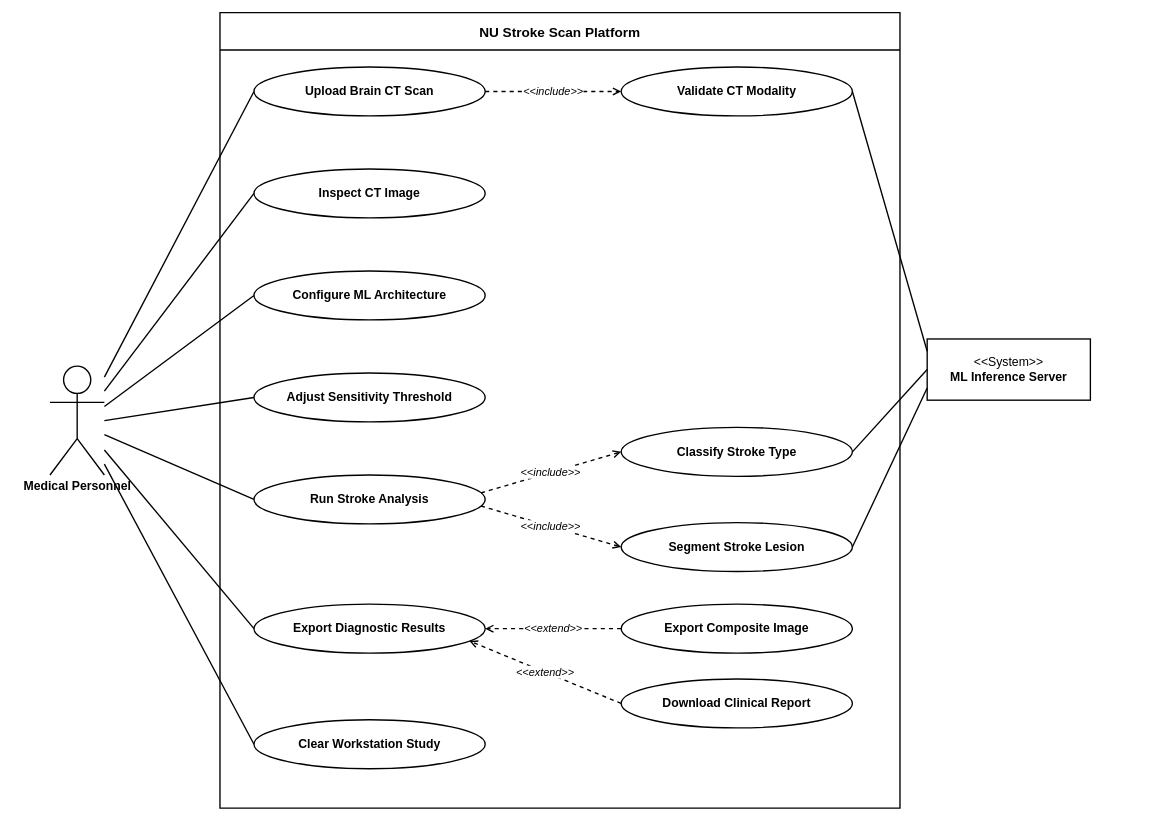
This is usecase-diagram.drawio from Cell1991/nu-stroke-scan, a draw.io file, before an edit. Source tidied: cells renumbered, new cells numbered last; positions are measured from the earlier drawing's top-left corner, leaving out a move shared by most shapes. Both pictures are drawn from the tidied source at 68%, with x=0, y=0 at pixel (50, 12).
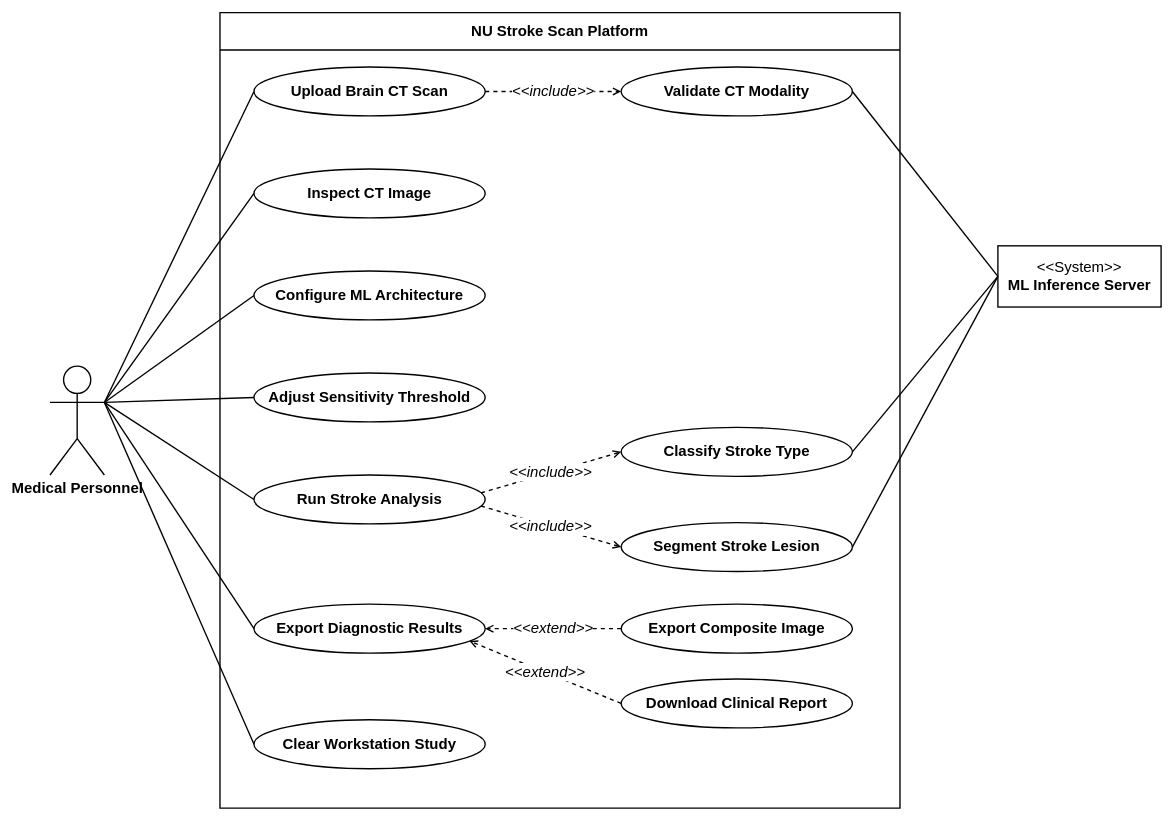
The same page after the edit.

What changed in the source:
```diff
@@
-    <mxCell id="2" value="NU Stroke Scan Platform" style="swimlane;whiteSpace=wrap;html=1;startSize=55;fillColor=#FFFFFF;strokeColor=#000000;strokeWidth=2;fontColor=#000000;fontFamily=Arial;fontStyle=1;fontSize=20;rounded=0;" parent="1" vertex="1">
+    <mxCell id="2" value="NU Stroke Scan Platform" style="swimlane;whiteSpace=wrap;html=1;startSize=55;fillColor=#FFFFFF;strokeColor=#000000;strokeWidth=2;fontColor=#000000;fontFamily=Arial;fontStyle=1;fontSize=22;rounded=0;" parent="1" vertex="1">
       <mxGeometry x="250" width="1000" height="1170" as="geometry" />
     </mxCell>
-    <mxCell id="3" value="Upload Brain CT Scan" style="ellipse;whiteSpace=wrap;html=1;fillColor=#FFFFFF;strokeColor=#000000;strokeWidth=2;fontColor=#000000;fontFamily=Arial;fontStyle=1;fontSize=18;" parent="1" vertex="1">
+    <mxCell id="3" value="Upload Brain CT Scan" style="ellipse;whiteSpace=wrap;html=1;fillColor=#FFFFFF;strokeColor=#000000;strokeWidth=2;fontColor=#000000;fontFamily=Arial;fontStyle=1;fontSize=22;" parent="1" vertex="1">
       <mxGeometry x="300" y="80" width="340" height="72" as="geometry" />
     </mxCell>
-    <mxCell id="4" value="Inspect CT Image" style="ellipse;whiteSpace=wrap;html=1;fillColor=#FFFFFF;strokeColor=#000000;strokeWidth=2;fontColor=#000000;fontFamily=Arial;fontStyle=1;fontSize=18;" parent="1" vertex="1">
+    <mxCell id="4" value="Inspect CT Image" style="ellipse;whiteSpace=wrap;html=1;fillColor=#FFFFFF;strokeColor=#000000;strokeWidth=2;fontColor=#000000;fontFamily=Arial;fontStyle=1;fontSize=22;" parent="1" vertex="1">
       <mxGeometry x="300" y="230" width="340" height="72" as="geometry" />
     </mxCell>
-    <mxCell id="5" value="Configure ML Architecture" style="ellipse;whiteSpace=wrap;html=1;fillColor=#FFFFFF;strokeColor=#000000;strokeWidth=2;fontColor=#000000;fontFamily=Arial;fontStyle=1;fontSize=18;" parent="1" vertex="1">
+    <mxCell id="5" value="Configure ML Architecture" style="ellipse;whiteSpace=wrap;html=1;fillColor=#FFFFFF;strokeColor=#000000;strokeWidth=2;fontColor=#000000;fontFamily=Arial;fontStyle=1;fontSize=22;" parent="1" vertex="1">
       <mxGeometry x="300" y="380" width="340" height="72" as="geometry" />
     </mxCell>
-    <mxCell id="6" value="Adjust Sensitivity Threshold" style="ellipse;whiteSpace=wrap;html=1;fillColor=#FFFFFF;strokeColor=#000000;strokeWidth=2;fontColor=#000000;fontFamily=Arial;fontStyle=1;fontSize=18;" parent="1" vertex="1">
+    <mxCell id="6" value="Adjust Sensitivity Threshold" style="ellipse;whiteSpace=wrap;html=1;fillColor=#FFFFFF;strokeColor=#000000;strokeWidth=2;fontColor=#000000;fontFamily=Arial;fontStyle=1;fontSize=22;" parent="1" vertex="1">
       <mxGeometry x="300" y="530" width="340" height="72" as="geometry" />
     </mxCell>
-    <mxCell id="7" value="Run Stroke Analysis" style="ellipse;whiteSpace=wrap;html=1;fillColor=#FFFFFF;strokeColor=#000000;strokeWidth=2;fontColor=#000000;fontFamily=Arial;fontStyle=1;fontSize=18;" parent="1" vertex="1">
+    <mxCell id="7" value="Run Stroke Analysis" style="ellipse;whiteSpace=wrap;html=1;fillColor=#FFFFFF;strokeColor=#000000;strokeWidth=2;fontColor=#000000;fontFamily=Arial;fontStyle=1;fontSize=22;" parent="1" vertex="1">
       <mxGeometry x="300" y="680" width="340" height="72" as="geometry" />
     </mxCell>
-    <mxCell id="8" value="Export Diagnostic Results" style="ellipse;whiteSpace=wrap;html=1;fillColor=#FFFFFF;strokeColor=#000000;strokeWidth=2;fontColor=#000000;fontFamily=Arial;fontStyle=1;fontSize=18;" parent="1" vertex="1">
+    <mxCell id="8" value="Export Diagnostic Results" style="ellipse;whiteSpace=wrap;html=1;fillColor=#FFFFFF;strokeColor=#000000;strokeWidth=2;fontColor=#000000;fontFamily=Arial;fontStyle=1;fontSize=22;" parent="1" vertex="1">
       <mxGeometry x="300" y="870" width="340" height="72" as="geometry" />
     </mxCell>
-    <mxCell id="9" value="Clear Workstation Study" style="ellipse;whiteSpace=wrap;html=1;fillColor=#FFFFFF;strokeColor=#000000;strokeWidth=2;fontColor=#000000;fontFamily=Arial;fontStyle=1;fontSize=18;" parent="1" vertex="1">
+    <mxCell id="9" value="Clear Workstation Study" style="ellipse;whiteSpace=wrap;html=1;fillColor=#FFFFFF;strokeColor=#000000;strokeWidth=2;fontColor=#000000;fontFamily=Arial;fontStyle=1;fontSize=22;" parent="1" vertex="1">
       <mxGeometry x="300" y="1040" width="340" height="72" as="geometry" />
     </mxCell>
-    <mxCell id="10" value="Validate CT Modality" style="ellipse;whiteSpace=wrap;html=1;fillColor=#FFFFFF;strokeColor=#000000;strokeWidth=2;fontColor=#000000;fontFamily=Arial;fontStyle=1;fontSize=18;" parent="1" vertex="1">
+    <mxCell id="10" value="Validate CT Modality" style="ellipse;whiteSpace=wrap;html=1;fillColor=#FFFFFF;strokeColor=#000000;strokeWidth=2;fontColor=#000000;fontFamily=Arial;fontStyle=1;fontSize=22;" parent="1" vertex="1">
       <mxGeometry x="840" y="80" width="340" height="72" as="geometry" />
     </mxCell>
-    <mxCell id="11" value="Classify Stroke Type" style="ellipse;whiteSpace=wrap;html=1;fillColor=#FFFFFF;strokeColor=#000000;strokeWidth=2;fontColor=#000000;fontFamily=Arial;fontStyle=1;fontSize=18;" parent="1" vertex="1">
+    <mxCell id="11" value="Classify Stroke Type" style="ellipse;whiteSpace=wrap;html=1;fillColor=#FFFFFF;strokeColor=#000000;strokeWidth=2;fontColor=#000000;fontFamily=Arial;fontStyle=1;fontSize=22;" parent="1" vertex="1">
       <mxGeometry x="840" y="610" width="340" height="72" as="geometry" />
     </mxCell>
-    <mxCell id="12" value="Segment Stroke Lesion" style="ellipse;whiteSpace=wrap;html=1;fillColor=#FFFFFF;strokeColor=#000000;strokeWidth=2;fontColor=#000000;fontFamily=Arial;fontStyle=1;fontSize=18;" parent="1" vertex="1">
+    <mxCell id="12" value="Segment Stroke Lesion" style="ellipse;whiteSpace=wrap;html=1;fillColor=#FFFFFF;strokeColor=#000000;strokeWidth=2;fontColor=#000000;fontFamily=Arial;fontStyle=1;fontSize=22;" parent="1" vertex="1">
       <mxGeometry x="840" y="750" width="340" height="72" as="geometry" />
     </mxCell>
-    <mxCell id="13" value="Export Composite Image" style="ellipse;whiteSpace=wrap;html=1;fillColor=#FFFFFF;strokeColor=#000000;strokeWidth=2;fontColor=#000000;fontFamily=Arial;fontStyle=1;fontSize=18;" parent="1" vertex="1">
+    <mxCell id="13" value="Export Composite Image" style="ellipse;whiteSpace=wrap;html=1;fillColor=#FFFFFF;strokeColor=#000000;strokeWidth=2;fontColor=#000000;fontFamily=Arial;fontStyle=1;fontSize=22;" parent="1" vertex="1">
       <mxGeometry x="840" y="870" width="340" height="72" as="geometry" />
     </mxCell>
-    <mxCell id="14" value="Download Clinical Report" style="ellipse;whiteSpace=wrap;html=1;fillColor=#FFFFFF;strokeColor=#000000;strokeWidth=2;fontColor=#000000;fontFamily=Arial;fontStyle=1;fontSize=18;" parent="1" vertex="1">
+    <mxCell id="14" value="Download Clinical Report" style="ellipse;whiteSpace=wrap;html=1;fillColor=#FFFFFF;strokeColor=#000000;strokeWidth=2;fontColor=#000000;fontFamily=Arial;fontStyle=1;fontSize=22;" parent="1" vertex="1">
       <mxGeometry x="840" y="980" width="340" height="72" as="geometry" />
     </mxCell>
-    <mxCell id="15" value="Medical Personnel" style="shape=umlActor;verticalLabelPosition=bottom;verticalAlign=top;html=1;outlineConnect=0;fillColor=#FFFFFF;strokeColor=#000000;strokeWidth=2;fontColor=#000000;fontFamily=Arial;fontStyle=1;fontSize=18;" parent="1" vertex="1">
+    <mxCell id="15" value="Medical Personnel" style="shape=umlActor;verticalLabelPosition=bottom;verticalAlign=top;html=1;outlineConnect=0;fillColor=#FFFFFF;strokeColor=#000000;strokeWidth=2;fontColor=#000000;fontFamily=Arial;fontStyle=1;fontSize=22;" parent="1" vertex="1">
       <mxGeometry y="520" width="80" height="160" as="geometry" />
     </mxCell>
-    <mxCell id="16" value="&amp;lt;&amp;lt;System&amp;gt;&amp;gt;&lt;br&gt;&lt;b&gt;ML Inference Server&lt;/b&gt;" style="shape=rectangle;whiteSpace=wrap;html=1;fillColor=#FFFFFF;strokeColor=#000000;strokeWidth=2;fontColor=#000000;fontFamily=Arial;fontSize=18;align=center;" parent="1" vertex="1">
-      <mxGeometry x="1290" y="480" width="240" height="90" as="geometry" />
+    <mxCell id="16" value="&amp;lt;&amp;lt;System&amp;gt;&amp;gt;&lt;br&gt;&lt;b&gt;ML Inference Server&lt;/b&gt;" style="shape=rectangle;whiteSpace=wrap;html=1;fillColor=#FFFFFF;strokeColor=#000000;strokeWidth=2;fontColor=#000000;fontFamily=Arial;fontSize=22;align=center;" parent="1" vertex="1">
+      <mxGeometry x="1394" y="343" width="240" height="90" as="geometry" />
     </mxCell>
-    <mxCell id="17" style="endArrow=none;strokeColor=#000000;strokeWidth=2;exitX=1;exitY=0.1;entryX=0;entryY=0.5;" parent="1" edge="1" source="15" target="3">
+    <mxCell id="17" style="endArrow=none;strokeColor=#000000;strokeWidth=2;exitX=1;exitY=0.3333333333333333;entryX=0;entryY=0.5;exitDx=0;exitDy=0;exitPerimeter=0;fontSize=22;" parent="1" edge="1" source="15" target="3">
       <mxGeometry relative="1" as="geometry" />
     </mxCell>
-    <mxCell id="18" style="endArrow=none;strokeColor=#000000;strokeWidth=2;exitX=1;exitY=0.23;entryX=0;entryY=0.5;" parent="1" edge="1" source="15" target="4">
+    <mxCell id="18" style="endArrow=none;strokeColor=#000000;strokeWidth=2;exitX=1;exitY=0.3333333333333333;entryX=0;entryY=0.5;exitDx=0;exitDy=0;exitPerimeter=0;fontSize=22;" parent="1" edge="1" source="15" target="4">
       <mxGeometry relative="1" as="geometry" />
     </mxCell>
-    <mxCell id="19" style="endArrow=none;strokeColor=#000000;strokeWidth=2;exitX=1;exitY=0.37;entryX=0;entryY=0.5;" parent="1" edge="1" source="15" target="5">
+    <mxCell id="19" style="endArrow=none;strokeColor=#000000;strokeWidth=2;exitX=1;exitY=0.3333333333333333;entryX=0;entryY=0.5;exitDx=0;exitDy=0;exitPerimeter=0;fontSize=22;" parent="1" edge="1" source="15" target="5">
       <mxGeometry relative="1" as="geometry" />
     </mxCell>
-    <mxCell id="20" style="endArrow=none;strokeColor=#000000;strokeWidth=2;exitX=1;exitY=0.5;entryX=0;entryY=0.5;" parent="1" edge="1" source="15" target="6">
+    <mxCell id="20" style="endArrow=none;strokeColor=#000000;strokeWidth=2;exitX=1;exitY=0.3333333333333333;entryX=0;entryY=0.5;exitDx=0;exitDy=0;exitPerimeter=0;fontSize=22;" parent="1" edge="1" source="15" target="6">
       <mxGeometry relative="1" as="geometry" />
     </mxCell>
-    <mxCell id="21" style="endArrow=none;strokeColor=#000000;strokeWidth=2;exitX=1;exitY=0.63;entryX=0;entryY=0.5;" parent="1" edge="1" source="15" target="7">
+    <mxCell id="21" style="endArrow=none;strokeColor=#000000;strokeWidth=2;exitX=1;exitY=0.3333333333333333;entryX=0;entryY=0.5;exitDx=0;exitDy=0;exitPerimeter=0;fontSize=22;" parent="1" edge="1" source="15" target="7">
       <mxGeometry relative="1" as="geometry" />
     </mxCell>
-    <mxCell id="22" style="endArrow=none;strokeColor=#000000;strokeWidth=2;exitX=1;exitY=0.77;entryX=0;entryY=0.5;" parent="1" edge="1" source="15" target="8">
+    <mxCell id="22" style="endArrow=none;strokeColor=#000000;strokeWidth=2;exitX=1;exitY=0.3333333333333333;entryX=0;entryY=0.5;exitDx=0;exitDy=0;exitPerimeter=0;fontSize=22;" parent="1" edge="1" source="15" target="8">
       <mxGeometry relative="1" as="geometry" />
     </mxCell>
-    <mxCell id="23" style="endArrow=none;strokeColor=#000000;strokeWidth=2;exitX=1;exitY=0.9;entryX=0;entryY=0.5;" parent="1" edge="1" source="15" target="9">
+    <mxCell id="23" style="endArrow=none;strokeColor=#000000;strokeWidth=2;exitX=1;exitY=0.3333333333333333;entryX=0;entryY=0.5;exitDx=0;exitDy=0;exitPerimeter=0;fontSize=22;" parent="1" edge="1" source="15" target="9">
       <mxGeometry relative="1" as="geometry" />
     </mxCell>
-    <mxCell id="24" value="&amp;lt;&amp;lt;include&amp;gt;&amp;gt;" style="dashed=1;endArrow=open;endSize=8;strokeColor=#000000;strokeWidth=2;fontSize=16;fontStyle=2;fontFamily=Arial;labelBackgroundColor=#FFFFFF;labelBorderColor=none;html=1;exitX=1;exitY=0.5;entryX=0;entryY=0.5;" parent="1" edge="1" source="3" target="10">
+    <mxCell id="24" value="&amp;lt;&amp;lt;include&amp;gt;&amp;gt;" style="dashed=1;endArrow=open;endSize=8;strokeColor=#000000;strokeWidth=2;fontSize=22;fontStyle=2;fontFamily=Arial;labelBackgroundColor=#FFFFFF;labelBorderColor=none;html=1;exitX=1;exitY=0.5;entryX=0;entryY=0.5;" parent="1" edge="1" source="3" target="10">
       <mxGeometry relative="1" as="geometry" />
     </mxCell>
-    <mxCell id="25" value="&amp;lt;&amp;lt;include&amp;gt;&amp;gt;" style="dashed=1;endArrow=open;endSize=8;strokeColor=#000000;strokeWidth=2;fontSize=16;fontStyle=2;fontFamily=Arial;labelBackgroundColor=#FFFFFF;labelBorderColor=none;html=1;exitX=1;exitY=0.35;entryX=0;entryY=0.5;" parent="1" edge="1" source="7" target="11">
+    <mxCell id="25" value="&amp;lt;&amp;lt;include&amp;gt;&amp;gt;" style="dashed=1;endArrow=open;endSize=8;strokeColor=#000000;strokeWidth=2;fontSize=22;fontStyle=2;fontFamily=Arial;labelBackgroundColor=#FFFFFF;labelBorderColor=none;html=1;exitX=1;exitY=0.35;entryX=0;entryY=0.5;" parent="1" edge="1" source="7" target="11">
       <mxGeometry relative="1" as="geometry" />
     </mxCell>
-    <mxCell id="26" value="&amp;lt;&amp;lt;include&amp;gt;&amp;gt;" style="dashed=1;endArrow=open;endSize=8;strokeColor=#000000;strokeWidth=2;fontSize=16;fontStyle=2;fontFamily=Arial;labelBackgroundColor=#FFFFFF;labelBorderColor=none;html=1;exitX=1;exitY=0.65;entryX=0;entryY=0.5;" parent="1" edge="1" source="7" target="12">
+    <mxCell id="26" value="&amp;lt;&amp;lt;include&amp;gt;&amp;gt;" style="dashed=1;endArrow=open;endSize=8;strokeColor=#000000;strokeWidth=2;fontSize=22;fontStyle=2;fontFamily=Arial;labelBackgroundColor=#FFFFFF;labelBorderColor=none;html=1;exitX=1;exitY=0.65;entryX=0;entryY=0.5;" parent="1" edge="1" source="7" target="12">
       <mxGeometry relative="1" as="geometry" />
     </mxCell>
-    <mxCell id="27" value="&amp;lt;&amp;lt;extend&amp;gt;&amp;gt;" style="dashed=1;endArrow=open;endSize=8;strokeColor=#000000;strokeWidth=2;fontSize=16;fontStyle=2;fontFamily=Arial;labelBackgroundColor=#FFFFFF;labelBorderColor=none;html=1;exitX=0;exitY=0.5;entryX=1;entryY=0.5;" parent="1" edge="1" source="13" target="8">
+    <mxCell id="27" value="&amp;lt;&amp;lt;extend&amp;gt;&amp;gt;" style="dashed=1;endArrow=open;endSize=8;strokeColor=#000000;strokeWidth=2;fontSize=22;fontStyle=2;fontFamily=Arial;labelBackgroundColor=#FFFFFF;labelBorderColor=none;html=1;exitX=0;exitY=0.5;entryX=1;entryY=0.5;" parent="1" edge="1" source="13" target="8">
       <mxGeometry relative="1" as="geometry" />
     </mxCell>
-    <mxCell id="28" value="&amp;lt;&amp;lt;extend&amp;gt;&amp;gt;" style="dashed=1;endArrow=open;endSize=8;strokeColor=#000000;strokeWidth=2;fontSize=16;fontStyle=2;fontFamily=Arial;labelBackgroundColor=#FFFFFF;labelBorderColor=none;html=1;exitX=0;exitY=0.5;entryX=1;entryY=0.8;" parent="1" edge="1" source="14" target="8">
+    <mxCell id="28" value="&amp;lt;&amp;lt;extend&amp;gt;&amp;gt;" style="dashed=1;endArrow=open;endSize=8;strokeColor=#000000;strokeWidth=2;fontSize=22;fontStyle=2;fontFamily=Arial;labelBackgroundColor=#FFFFFF;labelBorderColor=none;html=1;exitX=0;exitY=0.5;entryX=1;entryY=0.8;" parent="1" edge="1" source="14" target="8">
       <mxGeometry relative="1" as="geometry" />
     </mxCell>
-    <mxCell id="29" style="endArrow=none;strokeColor=#000000;strokeWidth=2;exitX=0;exitY=0.2;entryX=1;entryY=0.5;" parent="1" edge="1" source="16" target="10">
+    <mxCell id="29" style="endArrow=none;strokeColor=#000000;strokeWidth=2;exitX=0;exitY=0.5;entryX=1;entryY=0.5;exitDx=0;exitDy=0;" parent="1" edge="1" source="16" target="10">
       <mxGeometry relative="1" as="geometry" />
     </mxCell>
-    <mxCell id="30" style="endArrow=none;strokeColor=#000000;strokeWidth=2;exitX=0;exitY=0.5;entryX=1;entryY=0.5;" parent="1" edge="1" source="16" target="11">
+    <mxCell id="30" style="endArrow=none;strokeColor=#000000;strokeWidth=2;exitX=0;exitY=0.5;entryX=1;entryY=0.5;exitDx=0;exitDy=0;fontSize=22;" parent="1" edge="1" source="16" target="11">
       <mxGeometry relative="1" as="geometry" />
     </mxCell>
-    <mxCell id="31" style="endArrow=none;strokeColor=#000000;strokeWidth=2;exitX=0;exitY=0.8;entryX=1;entryY=0.5;" parent="1" edge="1" source="16" target="12">
+    <mxCell id="31" style="endArrow=none;strokeColor=#000000;strokeWidth=2;exitX=0;exitY=0.5;entryX=1;entryY=0.5;exitDx=0;exitDy=0;fontSize=22;" parent="1" edge="1" source="16" target="12">
       <mxGeometry relative="1" as="geometry" />
     </mxCell>
```
